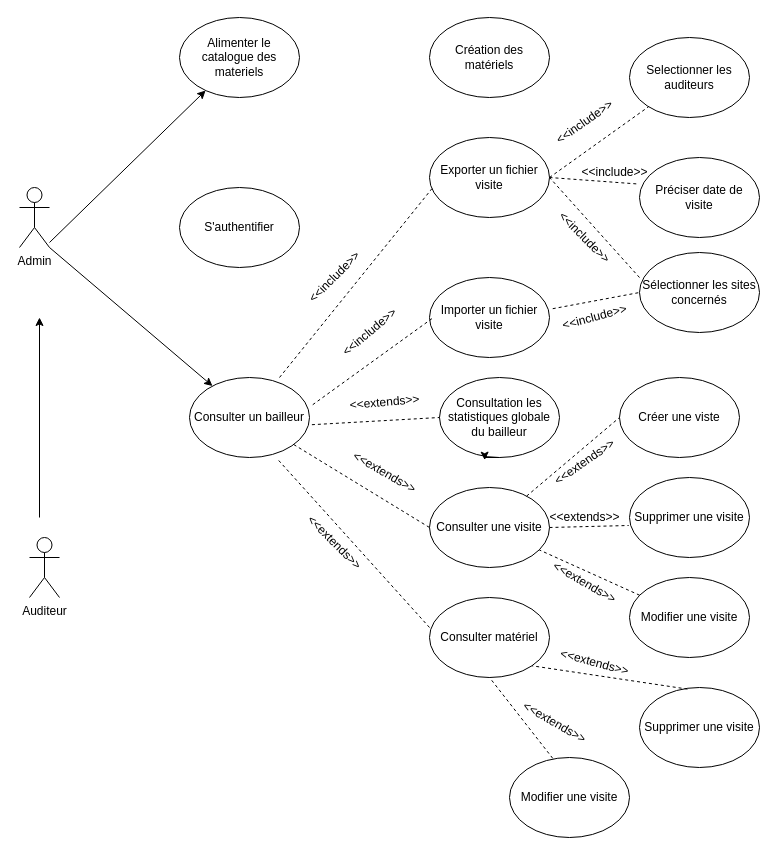
This is Diagramme cas d'utilisation liste des matériels.drawio from mbaananou/diagramsPipelette, a draw.io file, before an edit. Source tidied: cells renumbered, new cells numbered last; positions are measured from the earlier drawing's top-left corner, leaving out a move shared by most shapes. Both pictures are drawn from the tidied source at 100%, with x=0, y=0 at pixel (19, 17).
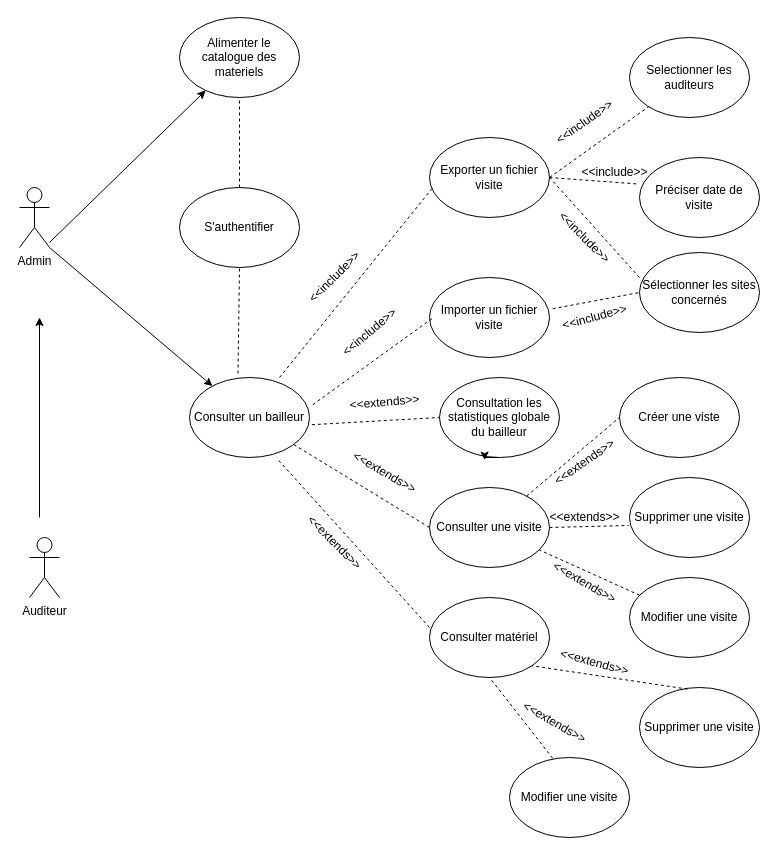
After the change.

Commit message (it also covers changes not shown here):
Mettre à jour Diagramme cas d'utilisation liste des matériels.drawio

Unchanged cells that the change refers to:
```xml
<mxCell id="3" value="Alimenter le catalogue des materiels" style="ellipse;whiteSpace=wrap;html=1;" parent="1" vertex="1">
  <mxGeometry x="160" width="120" height="80" as="geometry" />
</mxCell>
<mxCell id="4" value="Consulter un bailleur" style="ellipse;whiteSpace=wrap;html=1;" parent="1" vertex="1">
  <mxGeometry x="170" y="360" width="120" height="80" as="geometry" />
</mxCell>
<mxCell id="36" value="S'authentifier" style="ellipse;whiteSpace=wrap;html=1;" parent="1" vertex="1">
  <mxGeometry x="160" y="170" width="120" height="80" as="geometry" />
</mxCell>
```

Diff of the diagram source:
```diff
@@
-    <mxCell id="7" value="Création des matériels" style="ellipse;whiteSpace=wrap;html=1;" parent="1" vertex="1">
-      <mxGeometry x="410" width="120" height="80" as="geometry" />
-    </mxCell>
@@
+    <mxCell id="53" style="endArrow=none;dashed=1;html=1;rounded=0;exitX=0.5;exitY=0;exitDx=0;exitDy=0;entryX=0.5;entryY=1;entryDx=0;entryDy=0;" parent="1" edge="1" source="36" target="3">
+      <mxGeometry relative="1" as="geometry" />
+    </mxCell>
+    <mxCell id="54" style="endArrow=none;dashed=1;html=1;rounded=0;exitX=0.404;exitY=-0.05;exitDx=0;exitDy=0;exitPerimeter=0;" parent="1" edge="1" source="4">
+      <mxGeometry relative="1" as="geometry">
+        <mxPoint x="220" y="250" as="targetPoint" />
+      </mxGeometry>
+    </mxCell>
```
